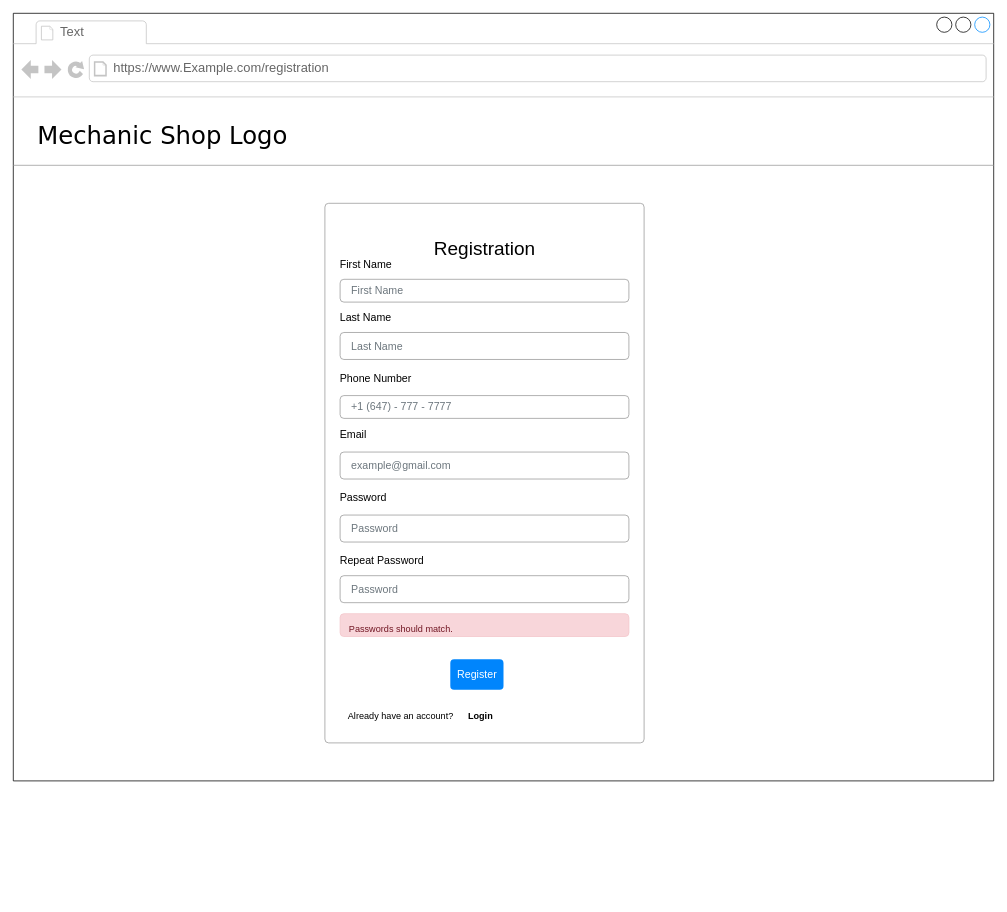
Awrmani/AutoQuotes keeps this draw.io diagram as Wireframe_Mockups/End-UserUI/EndUserRegistrationPage.drawio. Above is the earlier version. Source tidied: cells renumbered, new cells numbered last; positions are measured from the earlier drawing's top-left corner, leaving out a move shared by most shapes. Both pictures are drawn from the tidied source at 76%, with x=0, y=0 at pixel (13, 13). Pictures stored in the file or linked from it are replaced by grey dashed boxes.
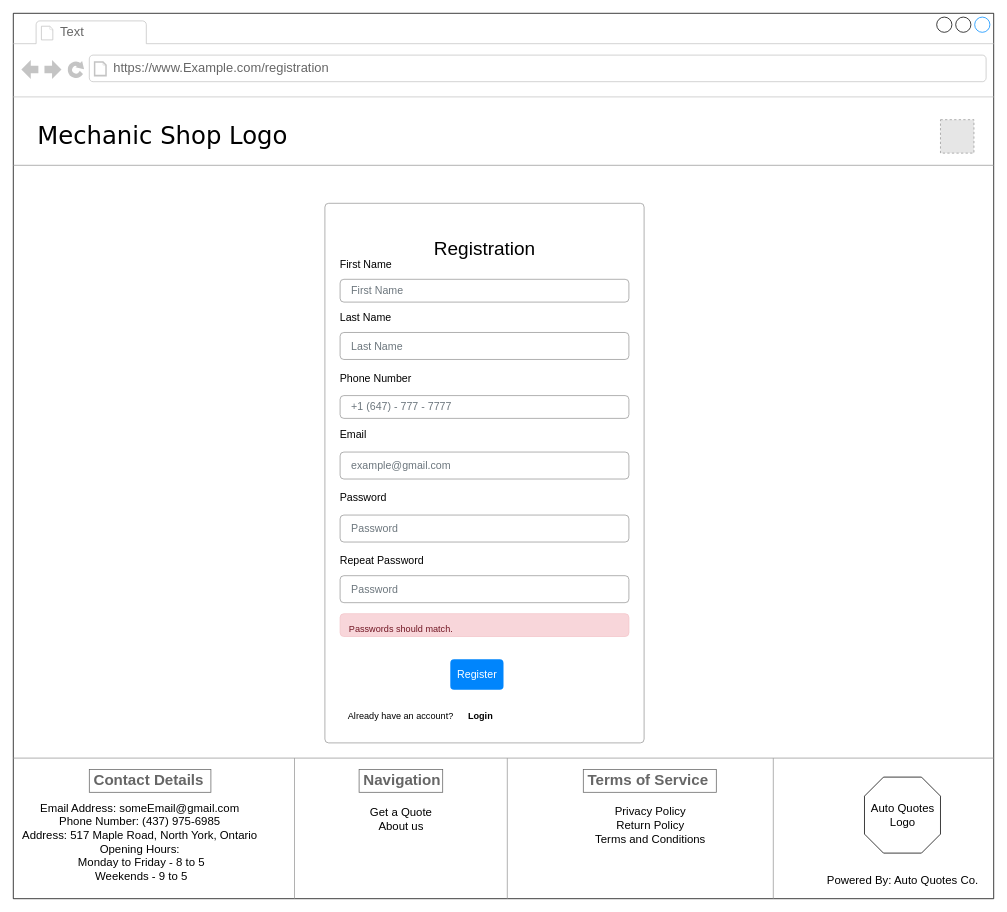
The same page after the edit.

The edit, as a diff of the source:
```diff
@@
     <mxCell id="2" style="strokeWidth=1;shadow=0;dashed=0;align=left;html=1;shape=mxgraph.mockup.containers.browserWindow;rSize=0;mainText=,;rounded=0;labelBackgroundColor=none;fontFamily=Verdana;fontSize=12;" parent="1" vertex="1">
-      <mxGeometry width="1290" height="1010" as="geometry" />
+      <mxGeometry width="1290" height="1165" as="geometry" />
     </mxCell>
@@
+    <mxCell id="25" style="fillColor=#E6E6E6;strokeColor=#999999;dashed=1;html=1;verticalAlign=top;verticalLabelPosition=bottom;labelBackgroundColor=#ffffff;" parent="2" vertex="1">
+      <mxGeometry x="1220" y="140" width="44" height="44" as="geometry" />
+    </mxCell>
+    <mxCell id="26" style="verticalLabelPosition=bottom;shadow=0;dashed=0;align=center;html=1;verticalAlign=top;strokeWidth=1;shape=mxgraph.mockup.markup.line;strokeColor=#999999;rounded=0;labelBackgroundColor=none;fillColor=#ffffff;fontFamily=Verdana;fontSize=12;fontColor=#000000;" parent="2" vertex="1">
+      <mxGeometry y="970" width="1290" height="20" as="geometry" />
+    </mxCell>
+    <mxCell id="27" style="verticalLabelPosition=bottom;shadow=0;dashed=0;align=center;html=1;verticalAlign=top;strokeWidth=1;shape=mxgraph.mockup.markup.line;strokeColor=#999999;direction=north;fontSize=32;" parent="2" vertex="1">
+      <mxGeometry x="360" y="980" width="20" height="185" as="geometry" />
+    </mxCell>
+    <mxCell id="28" style="verticalLabelPosition=bottom;shadow=0;dashed=0;align=center;html=1;verticalAlign=top;strokeWidth=1;shape=mxgraph.mockup.markup.line;strokeColor=#999999;direction=north;fontSize=15;" parent="2" vertex="1">
+      <mxGeometry x="640" y="980" width="20" height="185" as="geometry" />
+    </mxCell>
+    <mxCell id="29" style="verticalLabelPosition=bottom;shadow=0;dashed=0;align=center;html=1;verticalAlign=top;strokeWidth=1;shape=mxgraph.mockup.markup.line;strokeColor=#999999;direction=north;fontSize=15;" parent="2" vertex="1">
+      <mxGeometry x="990" y="980" width="20" height="185" as="geometry" />
+    </mxCell>
+    <mxCell id="30" value="&lt;h3&gt;Contact Details&lt;/h3&gt;" style="strokeWidth=1;shadow=0;dashed=0;align=center;html=1;shape=mxgraph.mockup.text.textBox;fontColor=#666666;align=left;fontSize=17;spacingLeft=4;spacingTop=-3;strokeColor=#666666;mainText=;" parent="1" vertex="1">
+      <mxGeometry x="100" y="995" width="160" height="30" as="geometry" />
+    </mxCell>
+    <mxCell id="31" value="&lt;div style=&quot;text-align: center;&quot;&gt;&lt;span style=&quot;font-size: 15px; background-color: initial;&quot;&gt;Email Address: someEmail@gmail.com&lt;/span&gt;&lt;/div&gt;&lt;font style=&quot;font-size: 15px;&quot;&gt;&lt;div style=&quot;text-align: center;&quot;&gt;&lt;span style=&quot;background-color: initial;&quot;&gt;Phone Number: (437) 975-6985&lt;/span&gt;&lt;/div&gt;&lt;div style=&quot;text-align: center;&quot;&gt;&lt;span style=&quot;background-color: initial;&quot;&gt;Address: 517 Maple Road, North York, Ontario&lt;/span&gt;&lt;/div&gt;&lt;div style=&quot;text-align: center;&quot;&gt;&lt;span style=&quot;background-color: initial;&quot;&gt;Opening Hours:&lt;/span&gt;&lt;/div&gt;&lt;span style=&quot;white-space: pre;&quot;&gt;&lt;div style=&quot;text-align: center;&quot;&gt;&lt;span style=&quot;background-color: initial;&quot;&gt; &lt;/span&gt;&lt;span style=&quot;background-color: initial; white-space: normal;&quot;&gt;Monday to Friday - 8 to 5&lt;/span&gt;&lt;/div&gt;&lt;/span&gt;&lt;span style=&quot;white-space: pre;&quot;&gt;&lt;div style=&quot;text-align: center;&quot;&gt;&lt;span style=&quot;background-color: initial;&quot;&gt; &lt;/span&gt;&lt;span style=&quot;background-color: initial; white-space: normal;&quot;&gt;Weekends - 9 to 5&lt;/span&gt;&lt;/div&gt;&lt;/span&gt;&lt;/font&gt;" style="text;spacingTop=-5;whiteSpace=wrap;html=1;align=left;fontSize=12;fontFamily=Helvetica;fillColor=none;strokeColor=none;" parent="1" vertex="1">
+      <mxGeometry x="10" y="1035" width="360" height="100" as="geometry" />
+    </mxCell>
+    <mxCell id="32" value="Powered By: Auto Quotes Co." style="text;html=1;align=center;verticalAlign=middle;strokeColor=none;fillColor=none;fontSize=15;" parent="1" vertex="1">
+      <mxGeometry x="1060" y="1125" width="220" height="30" as="geometry" />
+    </mxCell>
+    <mxCell id="33" value="&lt;h3&gt;Terms of Service&lt;/h3&gt;" style="strokeWidth=1;shadow=0;dashed=0;align=center;html=1;shape=mxgraph.mockup.text.textBox;fontColor=#666666;align=left;fontSize=17;spacingLeft=4;spacingTop=-3;strokeColor=#666666;mainText=;" parent="1" vertex="1">
+      <mxGeometry x="750" y="995" width="175" height="30" as="geometry" />
+    </mxCell>
+    <mxCell id="34" value="Privacy Policy&lt;br&gt;Return Policy&lt;br&gt;Terms and Conditions" style="text;html=1;align=center;verticalAlign=top;strokeColor=none;fillColor=none;fontSize=15;" parent="1" vertex="1">
+      <mxGeometry x="752.5" y="1035" width="170" height="70" as="geometry" />
+    </mxCell>
+    <mxCell id="35" style="verticalLabelPosition=bottom;verticalAlign=top;html=1;shape=mxgraph.basic.polygon;polyCoords=[[0.25,0],[0.75,0],[1,0.25],[1,0.75],[0.75,1],[0.25,1],[0,0.75],[0,0.25]];polyline=0;fontSize=15;" parent="1" vertex="1">
+      <mxGeometry x="1120" y="1005" width="100" height="100" as="geometry" />
+    </mxCell>
+    <mxCell id="36" value="Auto Quotes&lt;br&gt;Logo" style="text;html=1;align=center;verticalAlign=middle;strokeColor=none;fillColor=none;fontSize=15;" parent="1" vertex="1">
+      <mxGeometry x="1115" y="1030" width="110" height="50" as="geometry" />
+    </mxCell>
+    <mxCell id="37" value="&lt;h3&gt;Navigation&lt;/h3&gt;" style="strokeWidth=1;shadow=0;dashed=0;align=center;html=1;shape=mxgraph.mockup.text.textBox;fontColor=#666666;align=left;fontSize=17;spacingLeft=4;spacingTop=-3;strokeColor=#666666;mainText=;" parent="1" vertex="1">
+      <mxGeometry x="455" y="995" width="110" height="30" as="geometry" />
+    </mxCell>
+    <mxCell id="38" value="Get a Quote&lt;br&gt;About us" style="text;html=1;align=center;verticalAlign=middle;strokeColor=none;fillColor=none;fontSize=15;" parent="1" vertex="1">
+      <mxGeometry x="455" y="1035" width="110" height="50" as="geometry" />
+    </mxCell>
```
